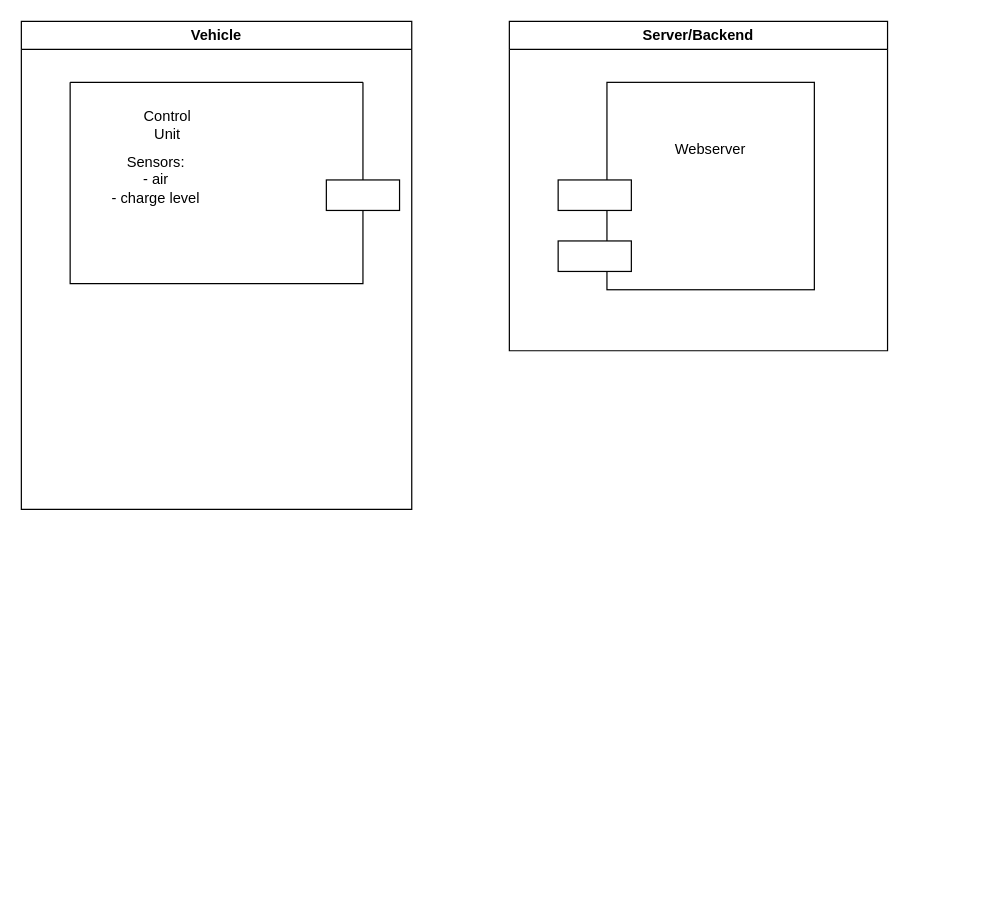
This is Ass7-Q2.drawio from jasperangl/SE-Assignment-2, a draw.io file, before an edit. Source tidied: cells renumbered, new cells numbered last; positions are measured from the earlier drawing's top-left corner, leaving out a move shared by most shapes. Both pictures are drawn from the tidied source at 122%, with x=0, y=0 at pixel (21, 21).
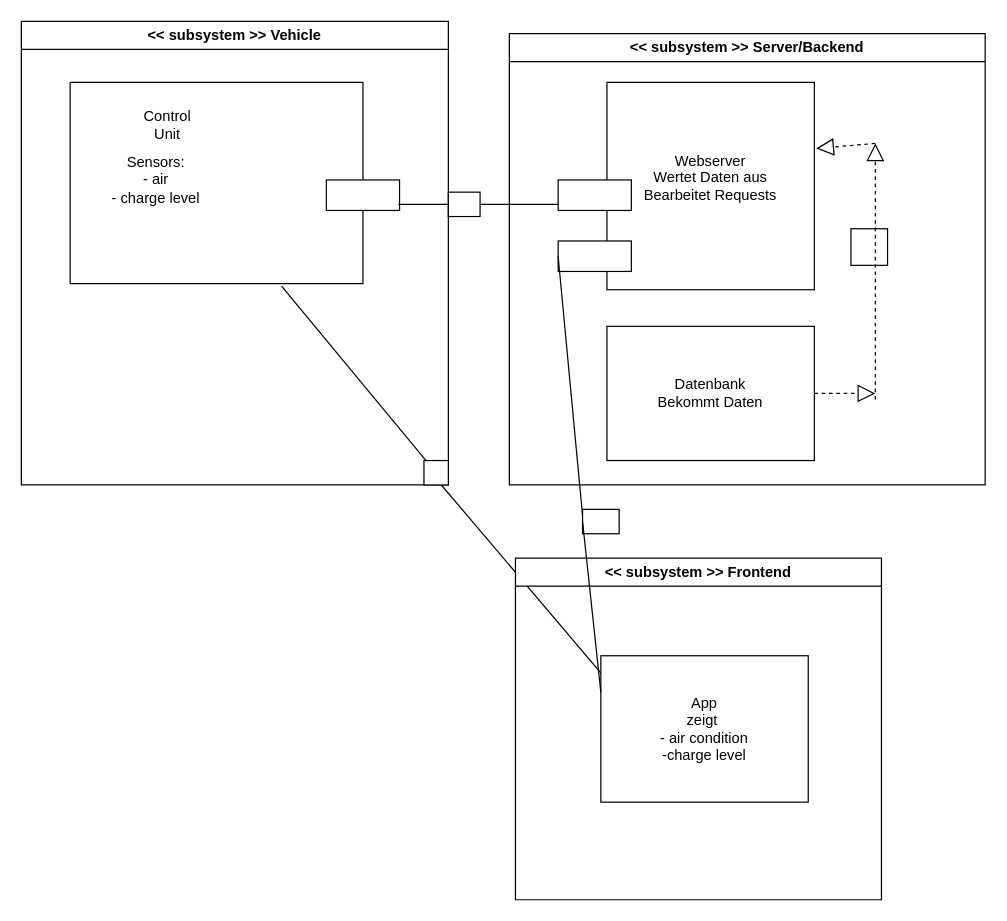
After the change.

The change refers to these unchanged cells:
```xml
<mxCell id="4" style="rounded=0;whiteSpace=wrap;html=1;" parent="1" vertex="1">
  <mxGeometry x="440" y="180" width="60" height="25" as="geometry" />
</mxCell>
<mxCell id="8" style="swimlane;startSize=0;" parent="7" vertex="1">
  <mxGeometry x="40" y="50" width="240" height="165" as="geometry" />
</mxCell>
```

Change to the diagram source:
```diff
@@
-    <mxCell id="2" style="whiteSpace=wrap;html=1;" parent="1" vertex="1">
+    <mxCell id="2" value="Wertet Daten aus&lt;br&gt;Bearbeitet Requests" style="whiteSpace=wrap;html=1;" parent="1" vertex="1">
       <mxGeometry x="480" y="50" width="170" height="170" as="geometry" />
     </mxCell>
@@
-    <mxCell id="5" value="Server/Backend" style="swimlane;whiteSpace=wrap;html=1;" parent="1" vertex="1">
-      <mxGeometry x="400" width="310" height="270" as="geometry" />
+    <mxCell id="5" value="&amp;lt;&amp;lt; subsystem &amp;gt;&amp;gt; Server/Backend" style="swimlane;whiteSpace=wrap;html=1;" parent="1" vertex="1">
+      <mxGeometry x="400" y="10" width="390" height="370" as="geometry" />
     </mxCell>
@@
+    <mxCell id="12" value="Datenbank&lt;br&gt;Bekommt Daten" style="rounded=0;whiteSpace=wrap;html=1;" parent="5" vertex="1">
+      <mxGeometry x="80" y="240" width="170" height="110" as="geometry" />
+    </mxCell>
+    <mxCell id="13" style="rounded=0;whiteSpace=wrap;html=1;" parent="5" vertex="1">
+      <mxGeometry x="280" y="160" width="30" height="30" as="geometry" />
+    </mxCell>
+    <mxCell id="14" style="endArrow=block;dashed=1;endFill=0;endSize=12;html=1;rounded=0;" parent="5" edge="1">
+      <mxGeometry relative="1" as="geometry">
+        <mxPoint x="250" y="295" as="sourcePoint" />
+        <mxPoint x="300" y="295" as="targetPoint" />
+      </mxGeometry>
+    </mxCell>
-    <mxCell id="7" value="Vehicle" style="swimlane;whiteSpace=wrap;html=1;" parent="1" vertex="1">
-      <mxGeometry width="320" height="400" as="geometry" />
+    <mxCell id="7" value="&amp;lt;&amp;lt; subsystem &amp;gt;&amp;gt; Vehicle" style="swimlane;whiteSpace=wrap;html=1;" parent="1" vertex="1">
+      <mxGeometry width="350" height="380" as="geometry" />
     </mxCell>
@@
+    <mxCell id="15" style="endArrow=none;html=1;rounded=0;exitX=0.722;exitY=1.012;exitDx=0;exitDy=0;exitPerimeter=0;startArrow=none;" parent="7" edge="1" source="16">
+      <mxGeometry relative="1" as="geometry">
+        <mxPoint x="480" y="540" as="targetPoint" />
+      </mxGeometry>
+    </mxCell>
+    <mxCell id="16" style="rounded=0;whiteSpace=wrap;html=1;" parent="7" vertex="1">
+      <mxGeometry x="330" y="360" width="20" height="20" as="geometry" />
+    </mxCell>
+    <mxCell id="17" style="endArrow=none;html=1;rounded=0;exitX=0.722;exitY=1.012;exitDx=0;exitDy=0;exitPerimeter=0;" parent="7" edge="1" source="8" target="16">
+      <mxGeometry relative="1" as="geometry" />
+    </mxCell>
@@
+    <mxCell id="18" value="&amp;lt;&amp;lt; subsystem &amp;gt;&amp;gt; Frontend" style="swimlane;whiteSpace=wrap;html=1;" parent="1" vertex="1">
+      <mxGeometry x="405" y="440" width="300" height="280" as="geometry" />
+    </mxCell>
+    <mxCell id="19" value="App&lt;br&gt;zeigt&amp;nbsp;&lt;br&gt;- air condition&lt;br&gt;-charge level" style="rounded=0;whiteSpace=wrap;html=1;" parent="18" vertex="1">
+      <mxGeometry x="70" y="80" width="170" height="120" as="geometry" />
+    </mxCell>
+    <mxCell id="20" style="endArrow=none;html=1;rounded=0;" parent="1" edge="1">
+      <mxGeometry relative="1" as="geometry">
+        <mxPoint x="309" y="150" as="sourcePoint" />
+        <mxPoint x="440" y="150" as="targetPoint" />
+      </mxGeometry>
+    </mxCell>
+    <mxCell id="21" style="rounded=0;whiteSpace=wrap;html=1;" parent="1" vertex="1">
+      <mxGeometry x="350" y="140" width="26" height="20" as="geometry" />
+    </mxCell>
+    <mxCell id="22" style="endArrow=none;html=1;rounded=0;entryX=0;entryY=0.5;entryDx=0;entryDy=0;exitX=0;exitY=0.25;exitDx=0;exitDy=0;startArrow=none;" parent="1" edge="1" source="23" target="4">
+      <mxGeometry relative="1" as="geometry" />
+    </mxCell>
+    <mxCell id="23" style="rounded=0;whiteSpace=wrap;html=1;" parent="1" vertex="1">
+      <mxGeometry x="460" y="400" width="30" height="20" as="geometry" />
+    </mxCell>
+    <mxCell id="24" style="endArrow=none;html=1;rounded=0;entryX=0;entryY=0.5;entryDx=0;entryDy=0;exitX=0;exitY=0.25;exitDx=0;exitDy=0;" parent="1" edge="1" source="19" target="23">
+      <mxGeometry relative="1" as="geometry" />
+    </mxCell>
+    <mxCell id="25" style="endArrow=block;dashed=1;endFill=0;endSize=12;html=1;rounded=0;" parent="1" edge="1">
+      <mxGeometry relative="1" as="geometry">
+        <mxPoint x="700" y="310" as="sourcePoint" />
+        <mxPoint x="700" y="100" as="targetPoint" />
+      </mxGeometry>
+    </mxCell>
+    <mxCell id="26" style="endArrow=block;dashed=1;endFill=0;endSize=12;html=1;rounded=0;entryX=1.009;entryY=0.319;entryDx=0;entryDy=0;entryPerimeter=0;" parent="1" edge="1" target="2">
+      <mxGeometry relative="1" as="geometry">
+        <mxPoint x="700" y="100" as="sourcePoint" />
+      </mxGeometry>
+    </mxCell>
```
